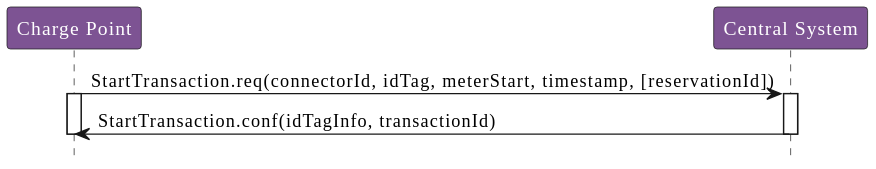
phoi5675/ocpp-markdown keeps this PlantUML diagram as OCPP_1.6/images/figure_19.svg. Above is the earlier version.
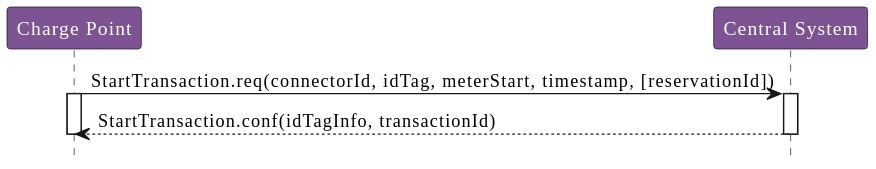
After the change.

The edit, as a diff of the source:
```diff
@@ -5,12 +5,10 @@
 participant "Central System" as CentralSystem
 
 ChargePoint -> CentralSystem : StartTransaction.req(connectorId, idTag, meterStart, timestamp, [reservationId])
-
 activate ChargePoint
 activate CentralSystem
 
-CentralSystem -> ChargePoint : StartTransaction.conf(idTagInfo, transactionId)
-
+CentralSystem --> ChargePoint : StartTransaction.conf(idTagInfo, transactionId)
 deactivate CentralSystem
 deactivate ChargePoint
 @enduml
```
